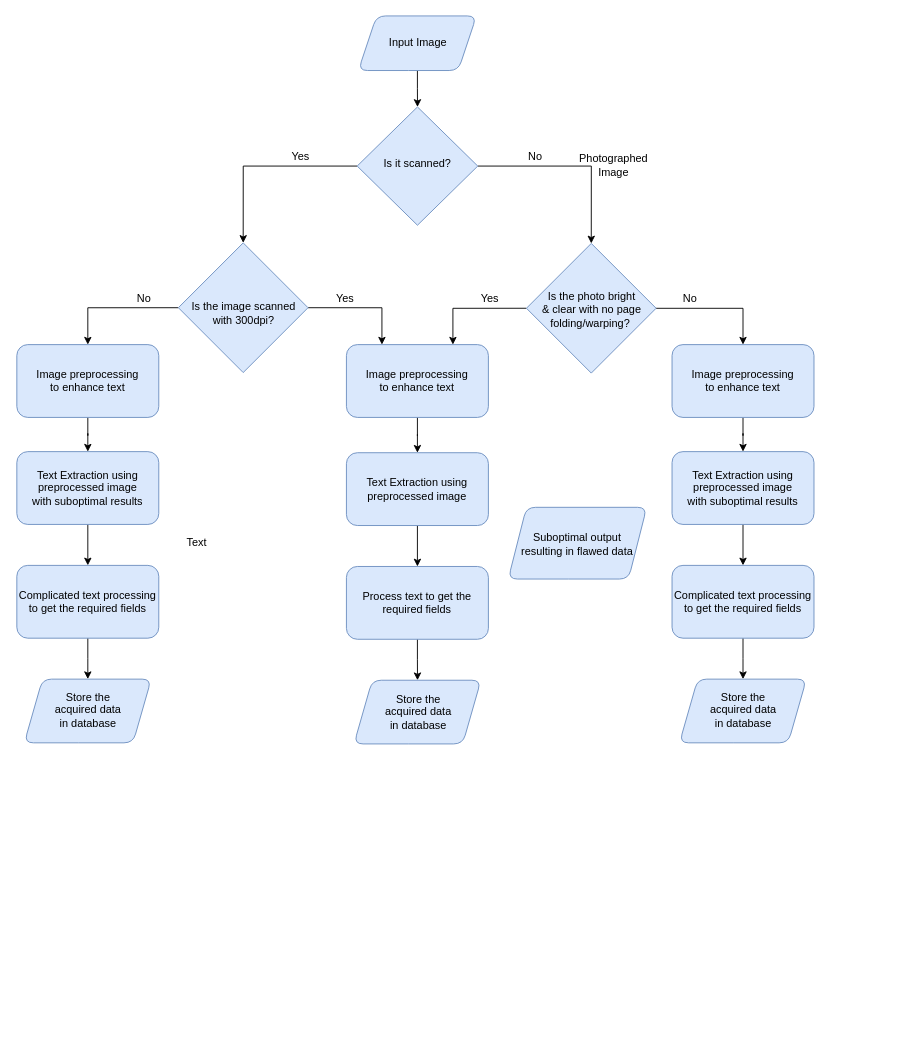
This is new1.drawio from NiThIn-S/first, a draw.io file, before an edit. Source tidied: cells renumbered, new cells numbered last; positions are measured from the earlier drawing's top-left corner, leaving out a move shared by most shapes. Both pictures are drawn from the tidied source at 91%, with x=0, y=0 at pixel (16, 15).
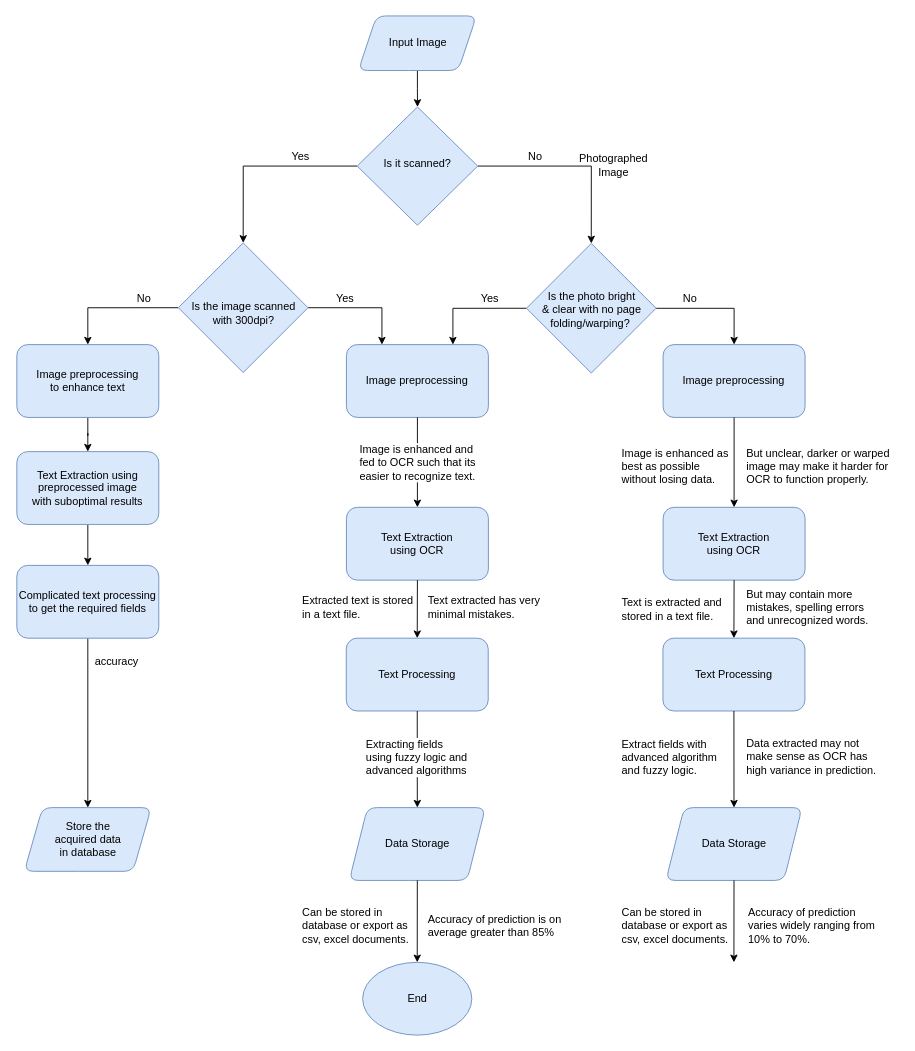
After the change.

The change refers to these unchanged cells:
```xml
<mxCell id="4" value="Is the photo bright&lt;div&gt;&amp;amp; clear with no page folding/warping?&amp;nbsp; &lt;br&gt;&lt;/div&gt;" style="rhombus;whiteSpace=wrap;shadow=0;fontFamily=Helvetica;fontSize=12;align=center;strokeWidth=1;spacing=6;spacingTop=4;verticalAlign=middle;textDirection=ltr;html=1;horizontal=1;fillColor=#dae8fc;strokeColor=#6c8ebf;labelPosition=center;verticalLabelPosition=middle;spacingLeft=1;" parent="1" vertex="1">
  <mxGeometry x="560" y="250" width="142.5" height="142.5" as="geometry" />
</mxCell>
```

What changed in the source:
```diff
@@
-    <mxCell id="3" style="edgeStyle=orthogonalEdgeStyle;rounded=0;jettySize=auto;html=1;entryX=0.5;entryY=0;entryDx=0;entryDy=0;" parent="1" edge="1" source="4" target="41">
+    <mxCell id="3" style="edgeStyle=orthogonalEdgeStyle;rounded=0;jettySize=auto;html=1;entryX=0.5;entryY=0;entryDx=0;entryDy=0;" parent="1" edge="1" source="4" target="52">
       <mxGeometry relative="1" as="geometry" />
     </mxCell>
@@
-    <mxCell id="14" style="edgeStyle=orthogonalEdgeStyle;rounded=0;jettySize=auto;html=1;" parent="1" edge="1" source="15" target="17">
-      <mxGeometry relative="1" as="geometry" />
-    </mxCell>
-    <mxCell id="15" value="&lt;div&gt;Image preprocessing&lt;/div&gt;to enhance text" style="rounded=1;whiteSpace=wrap;html=1;align=center;fillColor=#dae8fc;strokeColor=#6c8ebf;" parent="1" vertex="1">
+    <mxCell id="15" value="&lt;div&gt;Image preprocessing&lt;/div&gt;" style="rounded=1;whiteSpace=wrap;html=1;align=center;fillColor=#dae8fc;strokeColor=#6c8ebf;" parent="1" vertex="1">
       <mxGeometry x="362.2" y="361.2" width="156" height="80" as="geometry" />
     </mxCell>
-    <mxCell id="16" style="edgeStyle=orthogonalEdgeStyle;rounded=0;jettySize=auto;html=1;" parent="1" edge="1" source="17" target="19">
-      <mxGeometry relative="1" as="geometry" />
-    </mxCell>
-    <mxCell id="17" value="Text Extraction using preprocessed image" style="rounded=1;whiteSpace=wrap;html=1;align=center;fillColor=#dae8fc;strokeColor=#6c8ebf;spacing=0;" parent="1" vertex="1">
-      <mxGeometry x="362.2" y="480" width="156" height="80" as="geometry" />
+    <mxCell id="17" value="&lt;div&gt;Text Extraction &lt;br&gt;&lt;/div&gt;&lt;div&gt;using OCR&lt;/div&gt;" style="rounded=1;whiteSpace=wrap;html=1;align=center;fillColor=#dae8fc;strokeColor=#6c8ebf;spacing=0;" parent="1" vertex="1">
+      <mxGeometry x="362.2" y="540" width="156" height="80" as="geometry" />
     </mxCell>
-    <mxCell id="18" style="edgeStyle=orthogonalEdgeStyle;rounded=0;jettySize=auto;html=1;" parent="1" edge="1" source="19" target="20">
-      <mxGeometry relative="1" as="geometry" />
-    </mxCell>
-    <mxCell id="19" value="Process text to get the required fields" style="rounded=1;whiteSpace=wrap;html=1;align=center;fillColor=#dae8fc;strokeColor=#6c8ebf;" parent="1" vertex="1">
-      <mxGeometry x="362.2" y="605" width="156" height="80" as="geometry" />
+    <mxCell id="19" value="Text Processing" style="rounded=1;whiteSpace=wrap;html=1;align=center;fillColor=#dae8fc;strokeColor=#6c8ebf;" parent="1" vertex="1">
+      <mxGeometry x="362" y="683.8" width="156" height="80" as="geometry" />
     </mxCell>
-    <mxCell id="20" value="&lt;div&gt;Store the &lt;br&gt;&lt;/div&gt;&lt;div&gt;acquired data&lt;/div&gt;&lt;div&gt;in database&lt;br&gt;&lt;/div&gt;" style="shape=parallelogram;perimeter=parallelogramPerimeter;whiteSpace=wrap;html=1;fixedSize=1;rounded=1;strokeColor=#6c8ebf;fillColor=#dae8fc;spacingTop=-1;spacingLeft=1;" parent="1" vertex="1">
-      <mxGeometry x="370.5" y="730" width="139.5" height="70" as="geometry" />
-    </mxCell>
@@
-    <mxCell id="27" value="&lt;div&gt;Suboptimal output&lt;/div&gt;&lt;div&gt;resulting in flawed data&lt;br&gt;&lt;/div&gt;" style="shape=parallelogram;perimeter=parallelogramPerimeter;whiteSpace=wrap;html=1;fixedSize=1;rounded=1;strokeColor=#6c8ebf;fillColor=#dae8fc;spacingTop=3;" parent="1" vertex="1">
-      <mxGeometry x="540" y="540" width="152.2" height="78.8" as="geometry" />
-    </mxCell>
@@
     <mxCell id="32" value="&lt;div&gt;Store the &lt;br&gt;&lt;/div&gt;&lt;div&gt;acquired data&lt;/div&gt;&lt;div&gt;in database&lt;br&gt;&lt;/div&gt;" style="shape=parallelogram;perimeter=parallelogramPerimeter;whiteSpace=wrap;html=1;fixedSize=1;rounded=1;strokeColor=#6c8ebf;fillColor=#dae8fc;spacingTop=-1;spacingLeft=1;" parent="1" vertex="1">
-      <mxGeometry x="8.2" y="728.8" width="139.5" height="70" as="geometry" />
+      <mxGeometry x="8.2" y="870" width="139.5" height="70" as="geometry" />
     </mxCell>
@@
-    <mxCell id="35" style="edgeStyle=orthogonalEdgeStyle;rounded=0;jettySize=auto;html=1;" parent="1" edge="1" source="36" target="38">
-      <mxGeometry relative="1" as="geometry" />
-    </mxCell>
-    <mxCell id="36" value="&lt;div&gt;Text Extraction using preprocessed image&lt;/div&gt;&lt;div&gt;with suboptimal results&lt;br&gt;&lt;/div&gt;" style="rounded=1;whiteSpace=wrap;html=1;align=center;fillColor=#dae8fc;strokeColor=#6c8ebf;spacing=0;" parent="1" vertex="1">
-      <mxGeometry x="720" y="478.8" width="156" height="80" as="geometry" />
-    </mxCell>
-    <mxCell id="37" style="edgeStyle=orthogonalEdgeStyle;rounded=0;jettySize=auto;html=1;" parent="1" edge="1" source="38" target="39">
-      <mxGeometry relative="1" as="geometry" />
-    </mxCell>
-    <mxCell id="38" value="Complicated text processing to get the required fields" style="rounded=1;whiteSpace=wrap;html=1;align=center;fillColor=#dae8fc;strokeColor=#6c8ebf;" parent="1" vertex="1">
-      <mxGeometry x="720" y="603.8" width="156" height="80" as="geometry" />
-    </mxCell>
-    <mxCell id="39" value="&lt;div&gt;Store the &lt;br&gt;&lt;/div&gt;&lt;div&gt;acquired data&lt;/div&gt;&lt;div&gt;in database&lt;br&gt;&lt;/div&gt;" style="shape=parallelogram;perimeter=parallelogramPerimeter;whiteSpace=wrap;html=1;fixedSize=1;rounded=1;strokeColor=#6c8ebf;fillColor=#dae8fc;spacingTop=-1;spacingLeft=1;" parent="1" vertex="1">
-      <mxGeometry x="728.2" y="728.8" width="139.5" height="70" as="geometry" />
-    </mxCell>
-    <mxCell id="40" style="edgeStyle=orthogonalEdgeStyle;rounded=0;jettySize=auto;html=1;exitX=0.5;exitY=1;exitDx=0;exitDy=0;" parent="1" edge="1" source="41" target="36">
-      <mxGeometry relative="1" as="geometry" />
-    </mxCell>
-    <mxCell id="41" value="&lt;div&gt;Image preprocessing&lt;/div&gt;&lt;div&gt;to enhance text&lt;br&gt;&lt;/div&gt;" style="rounded=1;whiteSpace=wrap;html=1;align=center;fillColor=#dae8fc;strokeColor=#6c8ebf;" parent="1" vertex="1">
-      <mxGeometry x="720" y="361.2" width="156" height="80" as="geometry" />
-    </mxCell>
-    <mxCell id="42" value="Text" style="text;html=1;strokeColor=none;fillColor=none;align=center;verticalAlign=middle;whiteSpace=wrap;rounded=0;" parent="1" vertex="1">
-      <mxGeometry x="177.5" y="569.4" width="40" height="20" as="geometry" />
-    </mxCell>
+    <mxCell id="43" value="accuracy " style="text;html=1;strokeColor=none;fillColor=none;align=center;verticalAlign=middle;whiteSpace=wrap;rounded=0;" parent="1" vertex="1">
+      <mxGeometry x="90" y="700" width="40" height="20" as="geometry" />
+    </mxCell>
+    <mxCell id="14" style="endArrow=classic;html=1;exitX=0.5;exitY=1;exitDx=0;exitDy=0;entryX=0.5;entryY=0;entryDx=0;entryDy=0;" parent="1" edge="1" source="15" target="17">
+      <mxGeometry relative="1" as="geometry" />
+    </mxCell>
+    <mxCell id="44" value="&lt;div style=&quot;font-size: 12px&quot;&gt;Image is enhanced and &lt;br&gt;&lt;/div&gt;&lt;div style=&quot;font-size: 12px&quot;&gt;fed to OCR such that its &lt;br&gt;&lt;/div&gt;&lt;div style=&quot;font-size: 12px&quot;&gt;easier to recognize text.&lt;br style=&quot;font-size: 12px&quot;&gt;&lt;/div&gt;" style="edgeLabel;html=1;align=left;verticalAlign=middle;fontSize=12;" parent="14" vertex="1">
+      <mxGeometry relative="1" as="geometry">
+        <mxPoint x="-65" y="-0.2" as="offset" />
+      </mxGeometry>
+    </mxCell>
+    <mxCell id="16" style="endArrow=classic;html=1;exitX=0.5;exitY=1;exitDx=0;exitDy=0;entryX=0.5;entryY=0;entryDx=0;entryDy=0;" parent="1" edge="1" source="17" target="19">
+      <mxGeometry relative="1" as="geometry" />
+    </mxCell>
+    <mxCell id="45" value="Extracted text is stored &lt;br&gt;&lt;div&gt;in a text file.&lt;/div&gt;" style="edgeLabel;html=1;align=left;verticalAlign=middle;fontSize=12;" parent="16" vertex="1">
+      <mxGeometry relative="1" as="geometry">
+        <mxPoint x="-128.1" y="-2" as="offset" />
+      </mxGeometry>
+    </mxCell>
+    <mxCell id="46" value="Data Storage" style="shape=parallelogram;perimeter=parallelogramPerimeter;whiteSpace=wrap;html=1;fixedSize=1;rounded=1;strokeColor=#6c8ebf;fillColor=#dae8fc;spacingTop=-1;spacingLeft=1;" parent="1" vertex="1">
+      <mxGeometry x="365.3" y="870" width="149.6" height="80" as="geometry" />
+    </mxCell>
+    <mxCell id="47" style="endArrow=classic;html=1;exitX=0.5;exitY=1;exitDx=0;exitDy=0;entryX=0.5;entryY=0;entryDx=0;entryDy=0;" parent="1" edge="1" source="19" target="46">
+      <mxGeometry relative="1" as="geometry" />
+    </mxCell>
+    <mxCell id="48" value="&lt;div&gt;Extracting fields &lt;br&gt;&lt;/div&gt;&lt;div&gt;using fuzzy logic and &lt;br&gt;&lt;/div&gt;advanced algorithms" style="edgeLabel;html=1;align=left;verticalAlign=middle;fontSize=12;" parent="47" vertex="1">
+      <mxGeometry relative="1" as="geometry">
+        <mxPoint x="-58.1" y="-1.8" as="offset" />
+      </mxGeometry>
+    </mxCell>
+    <mxCell id="49" value="End" style="ellipse;whiteSpace=wrap;html=1;rounded=1;strokeColor=#6c8ebf;fillColor=#dae8fc;spacingTop=-1;spacingLeft=1;" parent="1" vertex="1">
+      <mxGeometry x="380" y="1040" width="120" height="80" as="geometry" />
+    </mxCell>
+    <mxCell id="50" style="endArrow=classic;html=1;exitX=0.5;exitY=1;exitDx=0;exitDy=0;entryX=0.5;entryY=0;entryDx=0;entryDy=0;" parent="1" edge="1" source="46" target="49">
+      <mxGeometry relative="1" as="geometry" />
+    </mxCell>
+    <mxCell id="51" value="&lt;div&gt;Can be stored in &lt;br&gt;&lt;/div&gt;&lt;div&gt;database or export as &lt;br&gt;&lt;/div&gt;&lt;div&gt;csv, excel documents.&lt;/div&gt;" style="edgeLabel;html=1;align=left;verticalAlign=middle;fontSize=12;" parent="50" vertex="1">
+      <mxGeometry relative="1" as="geometry">
+        <mxPoint x="-128.1" y="5" as="offset" />
+      </mxGeometry>
+    </mxCell>
+    <mxCell id="52" value="&lt;div&gt;Image preprocessing&lt;/div&gt;" style="rounded=1;whiteSpace=wrap;html=1;align=center;fillColor=#dae8fc;strokeColor=#6c8ebf;" parent="1" vertex="1">
+      <mxGeometry x="710.2" y="361.2" width="156" height="80" as="geometry" />
+    </mxCell>
+    <mxCell id="53" value="&lt;div&gt;Text Extraction &lt;br&gt;&lt;/div&gt;&lt;div&gt;using OCR&lt;/div&gt;" style="rounded=1;whiteSpace=wrap;html=1;align=center;fillColor=#dae8fc;strokeColor=#6c8ebf;spacing=0;" parent="1" vertex="1">
+      <mxGeometry x="710.2" y="540" width="156" height="80" as="geometry" />
+    </mxCell>
+    <mxCell id="54" value="Text Processing" style="rounded=1;whiteSpace=wrap;html=1;align=center;fillColor=#dae8fc;strokeColor=#6c8ebf;" parent="1" vertex="1">
+      <mxGeometry x="710" y="683.8" width="156" height="80" as="geometry" />
+    </mxCell>
+    <mxCell id="55" style="endArrow=classic;html=1;exitX=0.5;exitY=1;exitDx=0;exitDy=0;entryX=0.5;entryY=0;entryDx=0;entryDy=0;" parent="1" edge="1" source="52" target="53">
+      <mxGeometry relative="1" as="geometry" />
+    </mxCell>
+    <mxCell id="56" style="endArrow=classic;html=1;exitX=0.5;exitY=1;exitDx=0;exitDy=0;entryX=0.5;entryY=0;entryDx=0;entryDy=0;" parent="1" edge="1" source="53" target="54">
+      <mxGeometry relative="1" as="geometry" />
+    </mxCell>
+    <mxCell id="57" value="&lt;div&gt;Text is extracted and &lt;br&gt;&lt;/div&gt;&lt;div&gt;stored in a text file.&lt;/div&gt;" style="edgeLabel;html=1;align=left;verticalAlign=middle;fontSize=12;" parent="56" vertex="1">
+      <mxGeometry relative="1" as="geometry">
+        <mxPoint x="-125.1" y="-0.8" as="offset" />
+      </mxGeometry>
+    </mxCell>
+    <mxCell id="58" value="Data Storage" style="shape=parallelogram;perimeter=parallelogramPerimeter;whiteSpace=wrap;html=1;fixedSize=1;rounded=1;strokeColor=#6c8ebf;fillColor=#dae8fc;spacingTop=-1;spacingLeft=1;" parent="1" vertex="1">
+      <mxGeometry x="713.3" y="870" width="149.6" height="80" as="geometry" />
+    </mxCell>
+    <mxCell id="59" style="endArrow=classic;html=1;exitX=0.5;exitY=1;exitDx=0;exitDy=0;entryX=0.5;entryY=0;entryDx=0;entryDy=0;" parent="1" edge="1" source="54" target="58">
+      <mxGeometry relative="1" as="geometry" />
+    </mxCell>
+    <mxCell id="60" value="&lt;div&gt;Extract fields with &lt;br&gt;&lt;/div&gt;&lt;div&gt;advanced algorithm &lt;br&gt;&lt;/div&gt;&lt;div&gt;and fuzzy logic.&lt;br&gt;&lt;/div&gt;" style="edgeLabel;html=1;align=left;verticalAlign=middle;fontSize=12;" parent="59" vertex="1">
+      <mxGeometry relative="1" as="geometry">
+        <mxPoint x="-125.1" y="-1.8" as="offset" />
+      </mxGeometry>
+    </mxCell>
+    <mxCell id="61" style="endArrow=classic;html=1;exitX=0.5;exitY=1;exitDx=0;exitDy=0;entryX=0.5;entryY=0;entryDx=0;entryDy=0;" parent="1" edge="1" source="58">
+      <mxGeometry relative="1" as="geometry">
+        <mxPoint x="788" y="1040" as="targetPoint" />
+      </mxGeometry>
+    </mxCell>
+    <mxCell id="62" value="&lt;div&gt;Can be stored in &lt;br&gt;&lt;/div&gt;&lt;div&gt;database or export as &lt;br&gt;&lt;/div&gt;&lt;div&gt;csv, excel documents.&lt;/div&gt;" style="edgeLabel;html=1;align=left;verticalAlign=middle;fontSize=12;" parent="61" vertex="1">
+      <mxGeometry relative="1" as="geometry">
+        <mxPoint x="-125.1" y="5" as="offset" />
+      </mxGeometry>
+    </mxCell>
+    <mxCell id="63" value="&lt;div align=&quot;left&quot;&gt;Image is enhanced as best as possible without losing data.&lt;/div&gt;" style="text;html=1;strokeColor=none;fillColor=none;align=left;verticalAlign=middle;whiteSpace=wrap;rounded=0;fontSize=12;" parent="1" vertex="1">
+      <mxGeometry x="663" y="460" width="120" height="70" as="geometry" />
+    </mxCell>
+    <mxCell id="64" value="&lt;div align=&quot;left&quot;&gt;But unclear, darker or warped image may make it harder for OCR to function properly.&lt;/div&gt;" style="text;html=1;strokeColor=none;fillColor=none;align=left;verticalAlign=middle;whiteSpace=wrap;rounded=0;fontSize=12;" parent="1" vertex="1">
+      <mxGeometry x="800" y="460" width="170" height="70" as="geometry" />
+    </mxCell>
+    <mxCell id="65" value="&lt;div align=&quot;left&quot;&gt;But may contain more mistakes, spelling errors and unrecognized words.&lt;br&gt;&lt;/div&gt;" style="text;html=1;strokeColor=none;fillColor=none;align=left;verticalAlign=middle;whiteSpace=wrap;rounded=0;fontSize=12;" parent="1" vertex="1">
+      <mxGeometry x="800" y="630" width="150" height="40" as="geometry" />
+    </mxCell>
+    <mxCell id="66" value="&lt;div align=&quot;left&quot;&gt;Data extracted may not make sense as OCR has high variance in prediction.&lt;br&gt;&lt;/div&gt;" style="text;html=1;strokeColor=none;fillColor=none;align=left;verticalAlign=middle;whiteSpace=wrap;rounded=0;fontSize=12;" parent="1" vertex="1">
+      <mxGeometry x="800" y="789" width="150" height="50" as="geometry" />
+    </mxCell>
+    <mxCell id="67" value="Accuracy of prediction varies widely ranging from 10% to 70%." style="text;html=1;strokeColor=none;fillColor=none;align=left;verticalAlign=middle;whiteSpace=wrap;rounded=0;fontSize=12;" parent="1" vertex="1">
+      <mxGeometry x="802" y="975" width="150" height="50" as="geometry" />
+    </mxCell>
+    <mxCell id="68" value="Text extracted has very minimal mistakes." style="text;html=1;strokeColor=none;fillColor=none;align=left;verticalAlign=middle;whiteSpace=wrap;rounded=0;fontSize=12;" parent="1" vertex="1">
+      <mxGeometry x="450" y="630" width="150" height="40" as="geometry" />
+    </mxCell>
+    <mxCell id="69" value="Accuracy of prediction is on average greater than 85%" style="text;html=1;strokeColor=none;fillColor=none;align=left;verticalAlign=middle;whiteSpace=wrap;rounded=0;fontSize=12;" parent="1" vertex="1">
+      <mxGeometry x="450" y="975" width="150" height="50" as="geometry" />
+    </mxCell>
```
